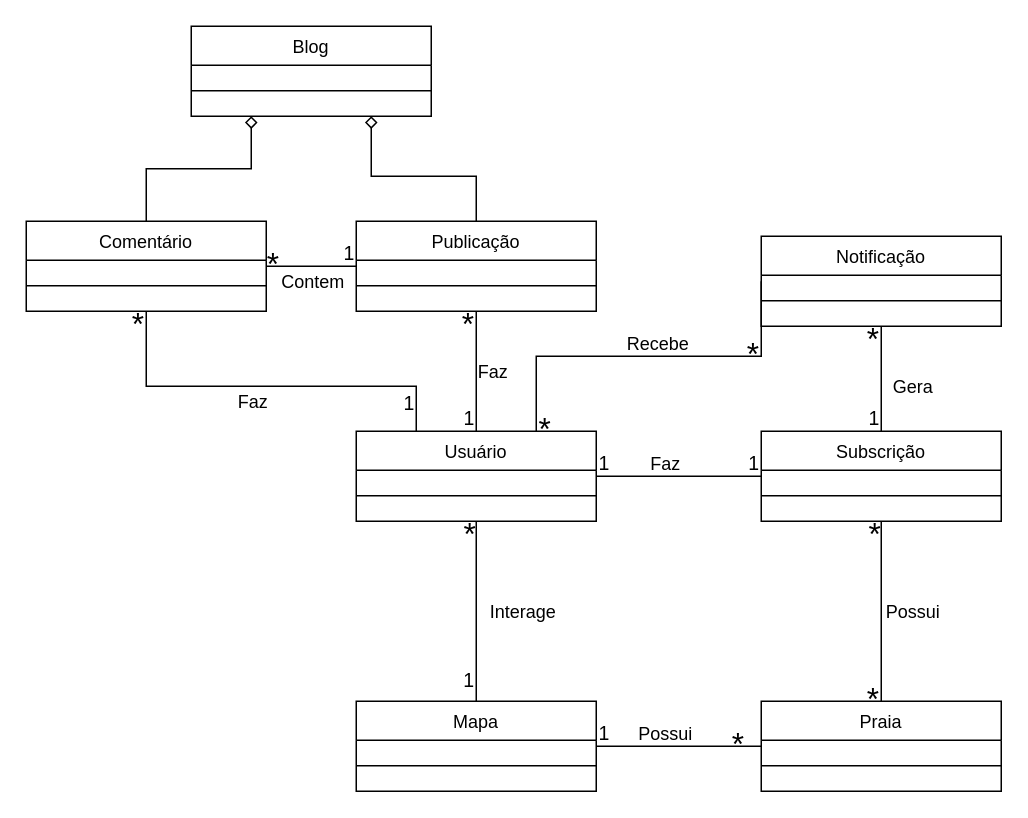
Hatz-D/Litoral-Puro-RJ keeps this draw.io diagram as src/drawio/Diagrama-Classe-Dominio.drawio. Above is the earlier version. Source tidied: cells renumbered, new cells numbered last; positions are measured from the earlier drawing's top-left corner, leaving out a move shared by most shapes. Both pictures are drawn from the tidied source at 150%, with x=0, y=0 at pixel (26, 26).
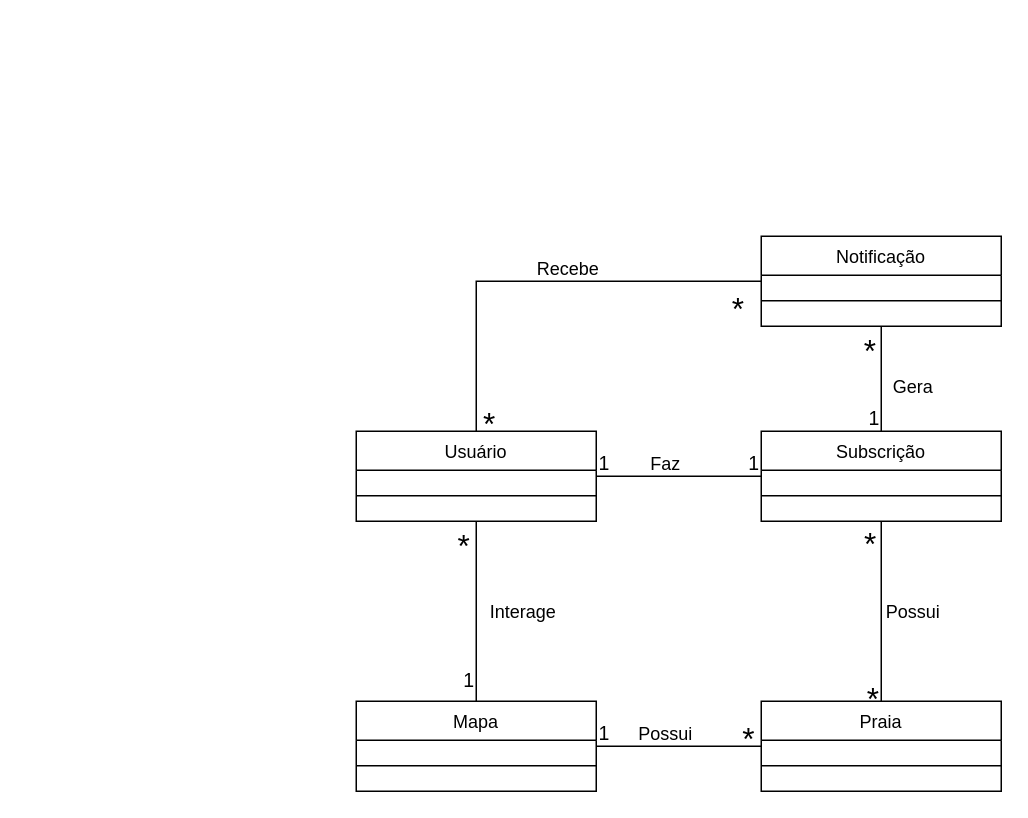
After the change.

Unchanged cells that the change refers to:
```xml
<mxCell id="2" value="Usuário" style="swimlane;fontStyle=0;align=center;verticalAlign=top;horizontal=1;startSize=26;rounded=0;shadow=0;strokeWidth=1;" parent="1" vertex="1">
  <mxGeometry x="220" y="270" width="160" height="60" as="geometry" />
</mxCell>
<mxCell id="16" value="Notificação" style="swimlane;fontStyle=0;align=center;verticalAlign=top;horizontal=1;startSize=26;rounded=0;shadow=0;strokeWidth=1;" parent="1" vertex="1">
  <mxGeometry x="490" y="140" width="160" height="60" as="geometry" />
</mxCell>
<mxCell id="18" style="endArrow=none;shadow=0;strokeWidth=1;rounded=0;curved=0;endFill=0;edgeStyle=elbowEdgeStyle;elbow=vertical;exitX=0.5;exitY=1;exitDx=0;exitDy=0;entryX=0.5;entryY=0;entryDx=0;entryDy=0;" parent="1" edge="1" source="2" target="14">
  <mxGeometry x="0.5" y="41" relative="1" as="geometry">
    <Array as="points">
      <mxPoint x="330" y="390" />
    </Array>
    <mxPoint x="-40" y="32" as="offset" />
  </mxGeometry>
</mxCell>
<mxCell id="29" style="endArrow=none;shadow=0;strokeWidth=1;rounded=0;curved=0;endFill=0;edgeStyle=elbowEdgeStyle;elbow=vertical;exitX=1;exitY=0.5;exitDx=0;exitDy=0;entryX=0;entryY=0.5;entryDx=0;entryDy=0;" parent="1" edge="1" source="14" target="10">
  <mxGeometry x="0.5" y="41" relative="1" as="geometry">
    <Array as="points">
      <mxPoint x="430" y="480" />
    </Array>
    <mxPoint x="-40" y="32" as="offset" />
  </mxGeometry>
</mxCell>
<mxCell id="33" style="endArrow=none;shadow=0;strokeWidth=1;rounded=0;curved=0;endFill=0;edgeStyle=elbowEdgeStyle;elbow=vertical;exitX=0.5;exitY=1;exitDx=0;exitDy=0;entryX=0.5;entryY=0;entryDx=0;entryDy=0;" parent="1" edge="1" source="12" target="10">
  <mxGeometry x="0.5" y="41" relative="1" as="geometry">
    <Array as="points">
      <mxPoint x="565" y="380" />
    </Array>
    <mxPoint x="-40" y="32" as="offset" />
  </mxGeometry>
</mxCell>
<mxCell id="37" style="endArrow=none;shadow=0;strokeWidth=1;rounded=0;curved=0;endFill=0;edgeStyle=elbowEdgeStyle;elbow=vertical;exitX=0.5;exitY=0;exitDx=0;exitDy=0;entryX=0.5;entryY=1;entryDx=0;entryDy=0;" parent="1" edge="1" source="12" target="16">
  <mxGeometry x="0.5" y="41" relative="1" as="geometry">
    <Array as="points">
      <mxPoint x="590" y="240" />
    </Array>
    <mxPoint x="-40" y="32" as="offset" />
  </mxGeometry>
</mxCell>
```

What changed in the source:
```diff
@@
-    <mxCell id="8" value="Blog" style="swimlane;fontStyle=0;align=center;verticalAlign=top;horizontal=1;startSize=26;rounded=0;shadow=0;strokeWidth=1;" parent="1" vertex="1">
-      <mxGeometry x="110" width="160" height="60" as="geometry" />
-    </mxCell>
-    <mxCell id="9" style="line;html=1;strokeWidth=1;align=left;verticalAlign=middle;spacingTop=-1;spacingLeft=3;spacingRight=3;labelPosition=right;" parent="8" vertex="1">
-      <mxGeometry y="26" width="160" height="34" as="geometry" />
-    </mxCell>
@@
     <mxCell id="19" value="*" style="align=left;verticalAlign=bottom;labelBackgroundColor=none;fontSize=21;" parent="18" vertex="1">
       <mxGeometry x="-1" relative="1" as="geometry">
-        <mxPoint x="-10" y="20" as="offset" />
+        <mxPoint x="-14" y="28" as="offset" />
       </mxGeometry>
     </mxCell>
@@
-    <mxCell id="22" style="endArrow=none;shadow=0;strokeWidth=1;rounded=0;curved=0;endFill=0;edgeStyle=elbowEdgeStyle;elbow=vertical;exitX=0.5;exitY=0;exitDx=0;exitDy=0;entryX=0.5;entryY=1;entryDx=0;entryDy=0;" parent="1" edge="1" source="2" target="27">
-      <mxGeometry x="0.5" y="41" relative="1" as="geometry">
-        <Array as="points">
-          <mxPoint x="310" y="230" />
-        </Array>
-        <mxPoint x="-40" y="32" as="offset" />
-      </mxGeometry>
-    </mxCell>
-    <mxCell id="23" value="1" style="align=left;verticalAlign=bottom;labelBackgroundColor=none;fontSize=13;" parent="22" vertex="1">
-      <mxGeometry x="-1" relative="1" as="geometry">
-        <mxPoint x="-10" as="offset" />
-      </mxGeometry>
-    </mxCell>
-    <mxCell id="24" value="*" style="align=right;verticalAlign=bottom;labelBackgroundColor=none;fontSize=21;" parent="22" vertex="1">
-      <mxGeometry x="1" relative="1" as="geometry">
-        <mxPoint y="20" as="offset" />
-      </mxGeometry>
-    </mxCell>
-    <mxCell id="25" value="Faz" style="text;html=1;align=center;verticalAlign=middle;labelBackgroundColor=none;rounded=0;shadow=0;strokeWidth=1;fontSize=12;" parent="22" vertex="1">
-      <mxGeometry x="0.5" y="49" relative="1" as="geometry">
-        <mxPoint x="59" y="20" as="offset" />
-      </mxGeometry>
-    </mxCell>
-    <mxCell id="26" style="edgeStyle=orthogonalEdgeStyle;rounded=0;jettySize=auto;html=1;endArrow=diamond;endFill=0;entryX=0.75;entryY=1;entryDx=0;entryDy=0;exitX=0.5;exitY=0;exitDx=0;exitDy=0;" parent="1" edge="1" source="27" target="8">
-      <mxGeometry relative="1" as="geometry">
-        <Array as="points">
-          <mxPoint x="300" y="100" />
-          <mxPoint x="230" y="100" />
-        </Array>
-      </mxGeometry>
-    </mxCell>
-    <mxCell id="27" value="Publicação" style="swimlane;fontStyle=0;align=center;verticalAlign=top;horizontal=1;startSize=26;rounded=0;shadow=0;strokeWidth=1;" parent="1" vertex="1">
-      <mxGeometry x="220" y="130" width="160" height="60" as="geometry" />
-    </mxCell>
-    <mxCell id="28" style="line;html=1;strokeWidth=1;align=left;verticalAlign=middle;spacingTop=-1;spacingLeft=3;spacingRight=3;labelPosition=right;" parent="27" vertex="1">
-      <mxGeometry y="26" width="160" height="34" as="geometry" />
-    </mxCell>
@@
     <mxCell id="31" value="*" style="align=right;verticalAlign=bottom;labelBackgroundColor=none;fontSize=21;" parent="29" vertex="1">
       <mxGeometry x="1" relative="1" as="geometry">
-        <mxPoint x="-10" y="10" as="offset" />
+        <mxPoint x="-3" y="7" as="offset" />
       </mxGeometry>
     </mxCell>
@@
     <mxCell id="34" value="*" style="align=left;verticalAlign=bottom;labelBackgroundColor=none;fontSize=21;" parent="33" vertex="1">
       <mxGeometry x="-1" relative="1" as="geometry">
-        <mxPoint x="-10" y="20" as="offset" />
+        <mxPoint x="-13" y="27" as="offset" />
       </mxGeometry>
     </mxCell>
@@
     <mxCell id="39" value="*" style="align=right;verticalAlign=bottom;labelBackgroundColor=none;fontSize=21;" parent="37" vertex="1">
       <mxGeometry x="1" relative="1" as="geometry">
-        <mxPoint y="20" as="offset" />
+        <mxPoint x="-2" y="28" as="offset" />
       </mxGeometry>
     </mxCell>
@@
-    <mxCell id="41" style="endArrow=none;shadow=0;strokeWidth=1;rounded=0;curved=0;endFill=0;edgeStyle=elbowEdgeStyle;elbow=vertical;exitX=0.75;exitY=0;exitDx=0;exitDy=0;entryX=0;entryY=0.5;entryDx=0;entryDy=0;" parent="1" edge="1" source="2" target="16">
+    <mxCell id="41" style="endArrow=none;shadow=0;strokeWidth=1;rounded=0;curved=0;endFill=0;edgeStyle=elbowEdgeStyle;elbow=vertical;exitX=0.75;exitY=0;exitDx=0;exitDy=0;" parent="1" edge="1">
       <mxGeometry x="0.5" y="41" relative="1" as="geometry">
+        <mxPoint x="300" y="270" as="sourcePoint" />
+        <mxPoint x="490" y="170" as="targetPoint" />
         <Array as="points">
-          <mxPoint x="430" y="220" />
+          <mxPoint x="400" y="170" />
         </Array>
         <mxPoint x="-40" y="32" as="offset" />
       </mxGeometry>
     </mxCell>
     <mxCell id="42" value="*" style="align=left;verticalAlign=bottom;labelBackgroundColor=none;fontSize=21;" parent="41" vertex="1">
       <mxGeometry x="-1" relative="1" as="geometry">
-        <mxPoint y="10" as="offset" />
+        <mxPoint x="3" y="7" as="offset" />
       </mxGeometry>
     </mxCell>
     <mxCell id="43" value="*" style="align=right;verticalAlign=bottom;labelBackgroundColor=none;fontSize=21;" parent="41" vertex="1">
       <mxGeometry x="1" relative="1" as="geometry">
-        <mxPoint y="60" as="offset" />
+        <mxPoint x="-10" y="30" as="offset" />
       </mxGeometry>
     </mxCell>
@@
-    <mxCell id="45" value="Comentário" style="swimlane;fontStyle=0;align=center;verticalAlign=top;horizontal=1;startSize=26;rounded=0;shadow=0;strokeWidth=1;" parent="1" vertex="1">
-      <mxGeometry y="130" width="160" height="60" as="geometry" />
-    </mxCell>
-    <mxCell id="46" style="line;html=1;strokeWidth=1;align=left;verticalAlign=middle;spacingTop=-1;spacingLeft=3;spacingRight=3;labelPosition=right;" parent="45" vertex="1">
-      <mxGeometry y="26" width="160" height="34" as="geometry" />
-    </mxCell>
-    <mxCell id="47" style="endArrow=none;shadow=0;strokeWidth=1;rounded=0;curved=0;endFill=0;edgeStyle=elbowEdgeStyle;elbow=vertical;exitX=0.25;exitY=0;exitDx=0;exitDy=0;entryX=0.5;entryY=1;entryDx=0;entryDy=0;" parent="1" edge="1" source="2" target="45">
-      <mxGeometry x="0.5" y="41" relative="1" as="geometry">
-        <Array as="points">
-          <mxPoint x="180" y="240" />
-        </Array>
-        <mxPoint x="-40" y="32" as="offset" />
-      </mxGeometry>
-    </mxCell>
-    <mxCell id="48" value="1" style="align=left;verticalAlign=bottom;labelBackgroundColor=none;fontSize=13;" parent="47" vertex="1">
-      <mxGeometry x="-1" relative="1" as="geometry">
-        <mxPoint x="-10" y="-10" as="offset" />
-      </mxGeometry>
-    </mxCell>
-    <mxCell id="49" value="*" style="align=right;verticalAlign=bottom;labelBackgroundColor=none;fontSize=21;" parent="47" vertex="1">
-      <mxGeometry x="1" relative="1" as="geometry">
-        <mxPoint y="20" as="offset" />
-      </mxGeometry>
-    </mxCell>
-    <mxCell id="50" value="Faz" style="text;html=1;align=center;verticalAlign=middle;labelBackgroundColor=none;rounded=0;shadow=0;strokeWidth=1;fontSize=12;" parent="47" vertex="1">
-      <mxGeometry x="0.5" y="49" relative="1" as="geometry">
-        <mxPoint x="55" y="-39" as="offset" />
-      </mxGeometry>
-    </mxCell>
-    <mxCell id="51" style="endArrow=none;shadow=0;strokeWidth=1;rounded=0;curved=0;endFill=0;edgeStyle=elbowEdgeStyle;elbow=vertical;exitX=0;exitY=0.5;exitDx=0;exitDy=0;entryX=1;entryY=0.5;entryDx=0;entryDy=0;" parent="1" edge="1" source="27" target="45">
-      <mxGeometry x="0.5" y="41" relative="1" as="geometry">
-        <Array as="points">
-          <mxPoint x="190" y="160" />
-        </Array>
-        <mxPoint x="-40" y="32" as="offset" />
-      </mxGeometry>
-    </mxCell>
-    <mxCell id="52" value="1" style="align=left;verticalAlign=bottom;labelBackgroundColor=none;fontSize=13;" parent="51" vertex="1">
-      <mxGeometry x="-1" relative="1" as="geometry">
-        <mxPoint x="-10" as="offset" />
-      </mxGeometry>
-    </mxCell>
-    <mxCell id="53" value="*" style="align=right;verticalAlign=bottom;labelBackgroundColor=none;fontSize=21;" parent="51" vertex="1">
-      <mxGeometry x="1" relative="1" as="geometry">
-        <mxPoint x="10" y="10" as="offset" />
-      </mxGeometry>
-    </mxCell>
-    <mxCell id="54" value="Contem" style="text;html=1;align=center;verticalAlign=middle;labelBackgroundColor=none;rounded=0;shadow=0;strokeWidth=1;fontSize=12;" parent="51" vertex="1">
-      <mxGeometry x="0.5" y="49" relative="1" as="geometry">
-        <mxPoint x="15" y="-39" as="offset" />
-      </mxGeometry>
-    </mxCell>
-    <mxCell id="55" style="edgeStyle=orthogonalEdgeStyle;rounded=0;jettySize=auto;html=1;endArrow=diamond;endFill=0;exitX=0.5;exitY=0;exitDx=0;exitDy=0;entryX=0.25;entryY=1;entryDx=0;entryDy=0;" parent="1" edge="1" source="45" target="8">
-      <mxGeometry relative="1" as="geometry" />
-    </mxCell>
```
